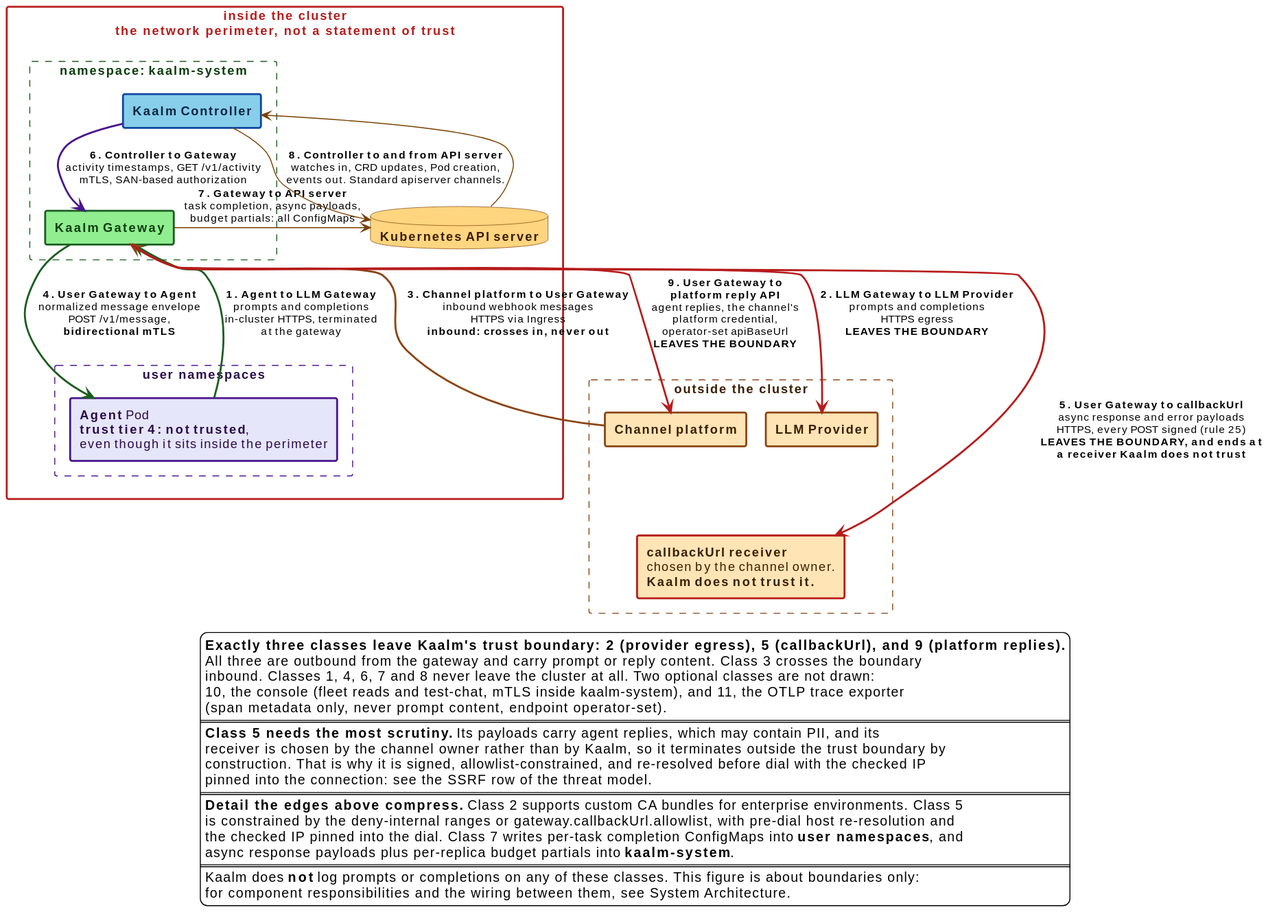
This is docs/src/diagrams/trust-boundaries.svg from win07xp/kaalm, a PlantUML export, as it was before one commit.
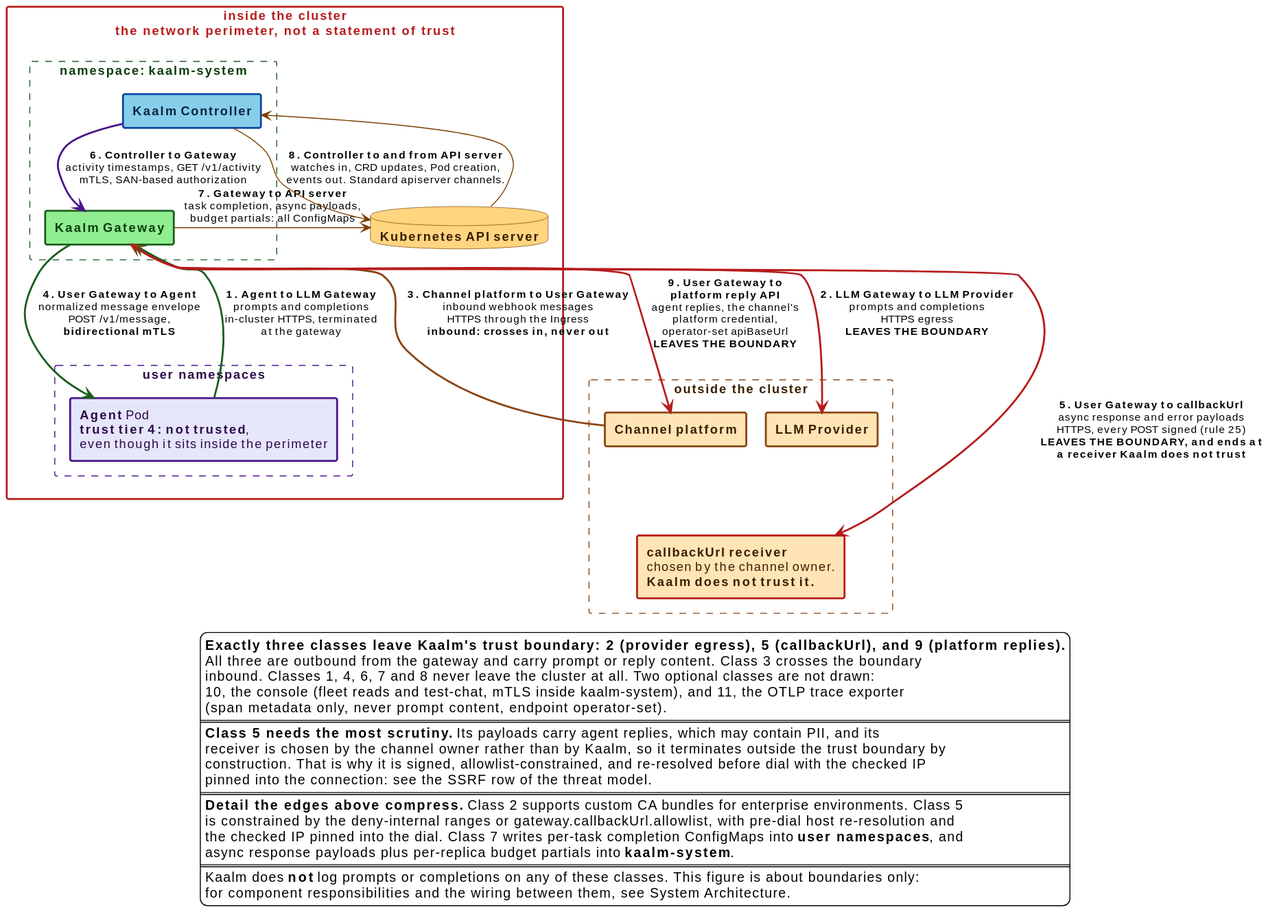
After the commit.

The edit, as a diff of the source:
```diff
@@ -39,7 +39,7 @@
 CTRL -[#7a3f00]-> API : **8. Controller to and from API server**\nwatches in, CRD updates, Pod creation,\nevents out. Standard apiserver channels.
 API -[#7a3f00]-> CTRL
 
-PLAT -[#8B4513,bold]-> GW : **3. Channel platform to User Gateway**\ninbound webhook messages\nHTTPS via Ingress\n**inbound: crosses in, never out**
+PLAT -[#8B4513,bold]-> GW : **3. Channel platform to User Gateway**\ninbound webhook messages\nHTTPS through the Ingress\n**inbound: crosses in, never out**
 
 GW -[#B71C1C,bold]-> LLM : **2. LLM Gateway to LLM Provider**\nprompts and completions\nHTTPS egress\n**LEAVES THE BOUNDARY**
 
```
